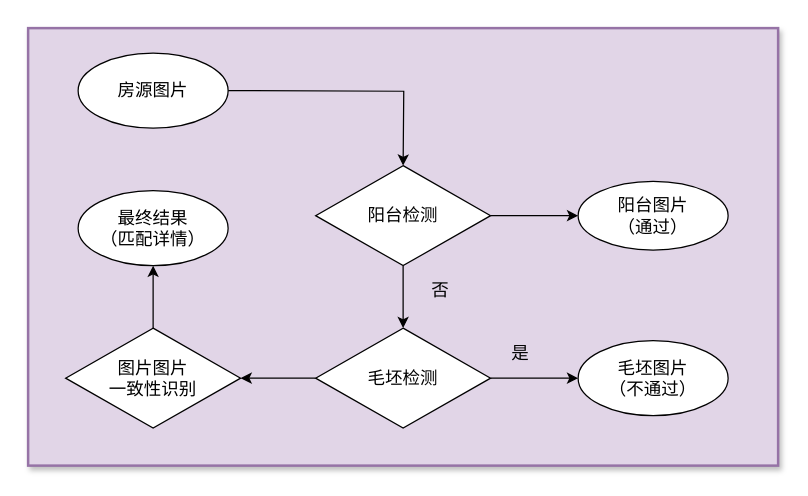
The draw.io diagram pic_vs_picorvideo.drawio in qwerty200696/hello-world, before the edit. Source tidied: cells renumbered, new cells numbered last; positions are measured from the earlier drawing's top-left corner, leaving out a move shared by most shapes. Both pictures are drawn from the tidied source at 125%, with x=0, y=0 at pixel (28, 28).
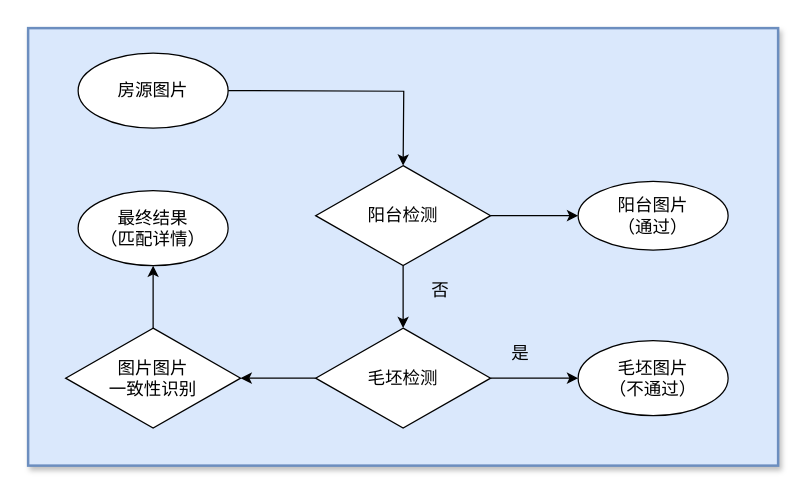
The same page after the edit.

Diff of the diagram source:
```diff
@@
-    <mxCell id="2" style="rounded=0;whiteSpace=wrap;html=1;fillColor=#e1d5e7;strokeColor=#9673a6;strokeWidth=2;perimeterSpacing=1;shadow=1;glass=0;sketch=0;" parent="1" vertex="1">
+    <mxCell id="2" style="rounded=0;whiteSpace=wrap;html=1;fillColor=#dae8fc;strokeColor=#6c8ebf;strokeWidth=2;perimeterSpacing=1;shadow=1;glass=0;sketch=0;" parent="1" vertex="1">
       <mxGeometry width="600" height="350" as="geometry" />
     </mxCell>
```
